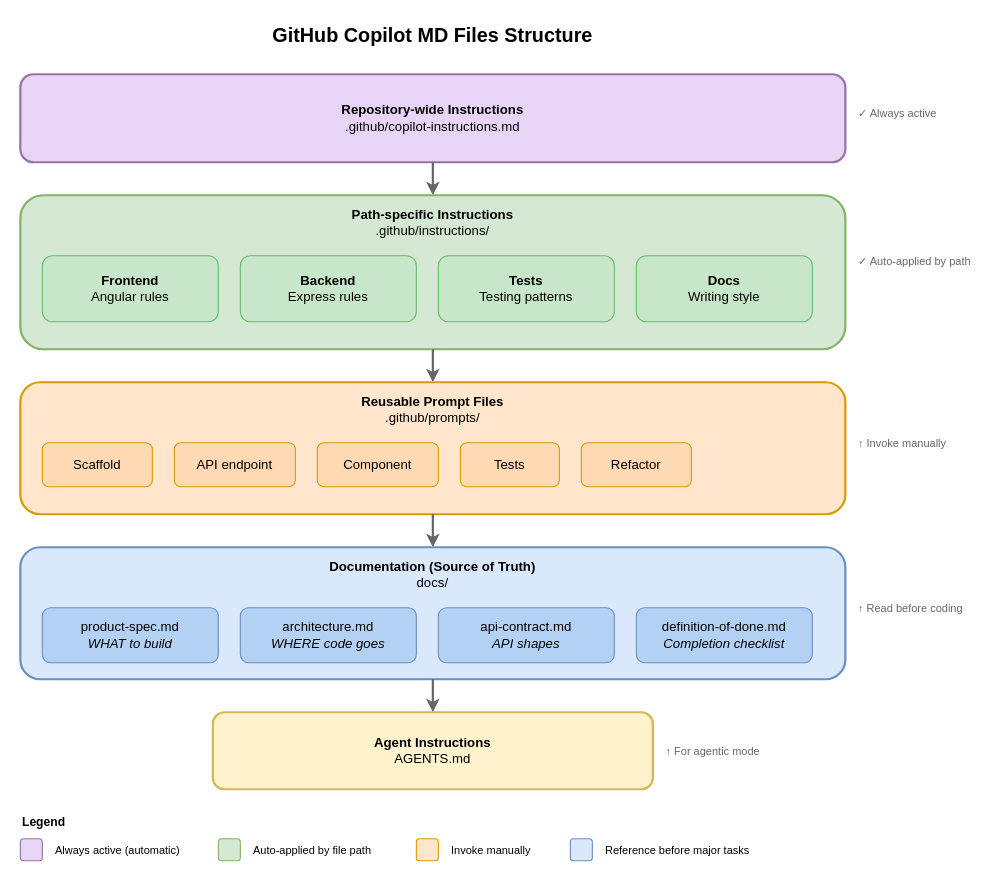
This is copilot-structure.drawio from blitznihar/task-tracker-copilot-md, a draw.io file, before an edit. Source tidied: cells renumbered, new cells numbered last; positions are measured from the earlier drawing's top-left corner, leaving out a move shared by most shapes. Both pictures are drawn from the tidied source at 110%, with x=0, y=0 at pixel (20, 19).
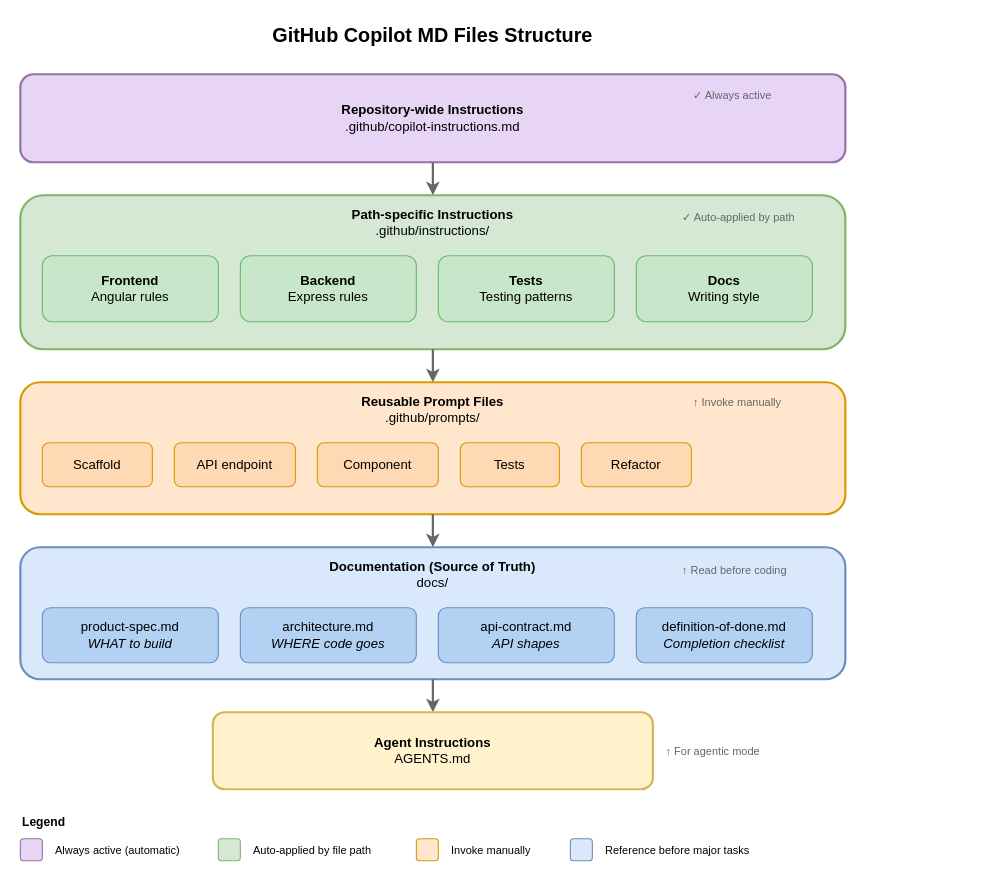
The same page after the edit.

Diff of the diagram source:
```diff
@@
     <mxCell id="5" value="✓ Always active" style="text;html=1;strokeColor=none;fillColor=none;align=left;verticalAlign=middle;whiteSpace=wrap;rounded=0;fontSize=10;fontColor=#666666;" parent="1" vertex="1">
-      <mxGeometry x="760" y="75" width="100" height="20" as="geometry" />
+      <mxGeometry x="610" y="59" width="100" height="20" as="geometry" />
     </mxCell>
@@
     <mxCell id="9" value="✓ Auto-applied by path" style="text;html=1;strokeColor=none;fillColor=none;align=left;verticalAlign=middle;whiteSpace=wrap;rounded=0;fontSize=10;fontColor=#666666;" parent="1" vertex="1">
-      <mxGeometry x="760" y="210" width="120" height="20" as="geometry" />
+      <mxGeometry x="600" y="170" width="120" height="20" as="geometry" />
     </mxCell>
@@
     <mxCell id="17" value="↑ Invoke manually" style="text;html=1;strokeColor=none;fillColor=none;align=left;verticalAlign=middle;whiteSpace=wrap;rounded=0;fontSize=10;fontColor=#666666;" parent="1" vertex="1">
-      <mxGeometry x="760" y="375" width="100" height="20" as="geometry" />
+      <mxGeometry x="610" y="338" width="100" height="20" as="geometry" />
     </mxCell>
@@
     <mxCell id="26" value="↑ Read before coding" style="text;html=1;strokeColor=none;fillColor=none;align=left;verticalAlign=middle;whiteSpace=wrap;rounded=0;fontSize=10;fontColor=#666666;" parent="1" vertex="1">
-      <mxGeometry x="760" y="525" width="120" height="20" as="geometry" />
+      <mxGeometry x="600" y="491" width="120" height="20" as="geometry" />
     </mxCell>
@@
+    <mxCell id="44" style="edgeStyle=orthogonalEdgeStyle;rounded=0;orthogonalLoop=1;jettySize=auto;html=1;exitX=0.5;exitY=1;exitDx=0;exitDy=0;" parent="1" edge="1" source="26" target="26">
+      <mxGeometry relative="1" as="geometry" />
+    </mxCell>
```
